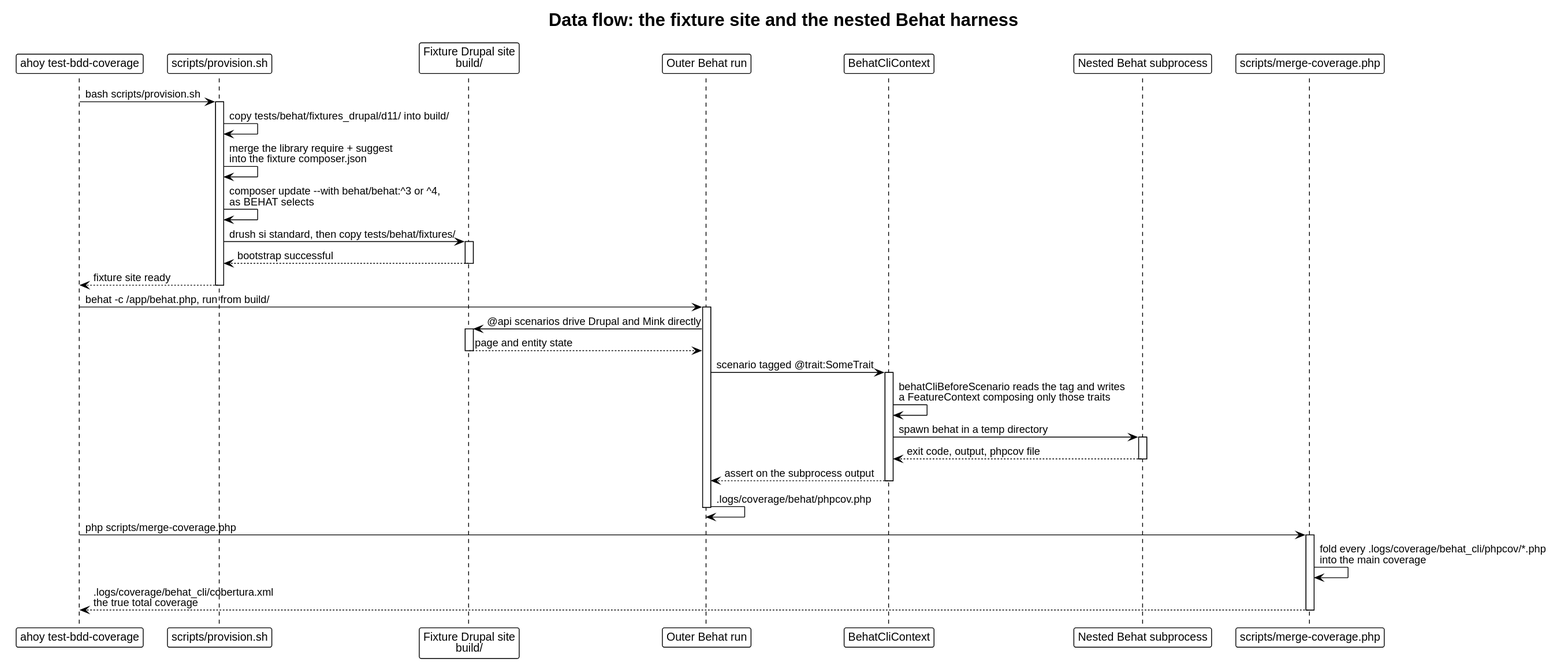
This is docs/architecture/dataflow-tests.svg from drevops/behat-steps, a PlantUML export, as it was before one commit. Source of this version:
```plantuml
@startuml
!theme plain
skinparam backgroundColor white
skinparam defaultFontName Helvetica
skinparam shadowing false
title Data flow: the fixture site and the nested Behat harness

participant "ahoy test-bdd-coverage" as Dev
participant "scripts/provision.sh" as Prov
participant "Fixture Drupal site\nbuild/" as Site
participant "Outer Behat run" as Behat
participant "BehatCliContext" as Cli
participant "Nested Behat subprocess" as Sub
participant "scripts/merge-coverage.php" as Merge

Dev -> Prov: bash scripts/provision.sh
activate Prov
Prov -> Prov: copy tests/behat/fixtures_drupal/d11/ into build/
Prov -> Prov: merge the library require + suggest\ninto the fixture composer.json
Prov -> Prov: composer update ~--with behat/behat:^3 or ^4,\nas BEHAT selects
Prov -> Site: drush si standard, then copy tests/behat/fixtures/
activate Site
Site --> Prov: bootstrap successful
deactivate Site
Prov --> Dev: fixture site ready
deactivate Prov

Dev -> Behat: behat -c /app/behat.php, run from build/
activate Behat

Behat -> Site: @api scenarios drive Drupal and Mink directly
activate Site
Site --> Behat: page and entity state
deactivate Site

Behat -> Cli: scenario tagged @trait:SomeTrait
activate Cli
Cli -> Cli: behatCliBeforeScenario reads the tag and writes\na FeatureContext composing only those traits
Cli -> Sub: spawn behat in a temp directory
activate Sub
Sub --> Cli: exit code, output, phpcov file
deactivate Sub
Cli --> Behat: assert on the subprocess output
deactivate Cli

Behat -> Behat: .logs/coverage/behat/phpcov.php
deactivate Behat

Dev -> Merge: php scripts/merge-coverage.php
activate Merge
Merge -> Merge: fold every .logs/coverage/behat_cli/phpcov/*.php\ninto the main coverage
Merge --> Dev: .logs/coverage/behat_cli/cobertura.xml\nthe true total coverage
deactivate Merge
@enduml
```
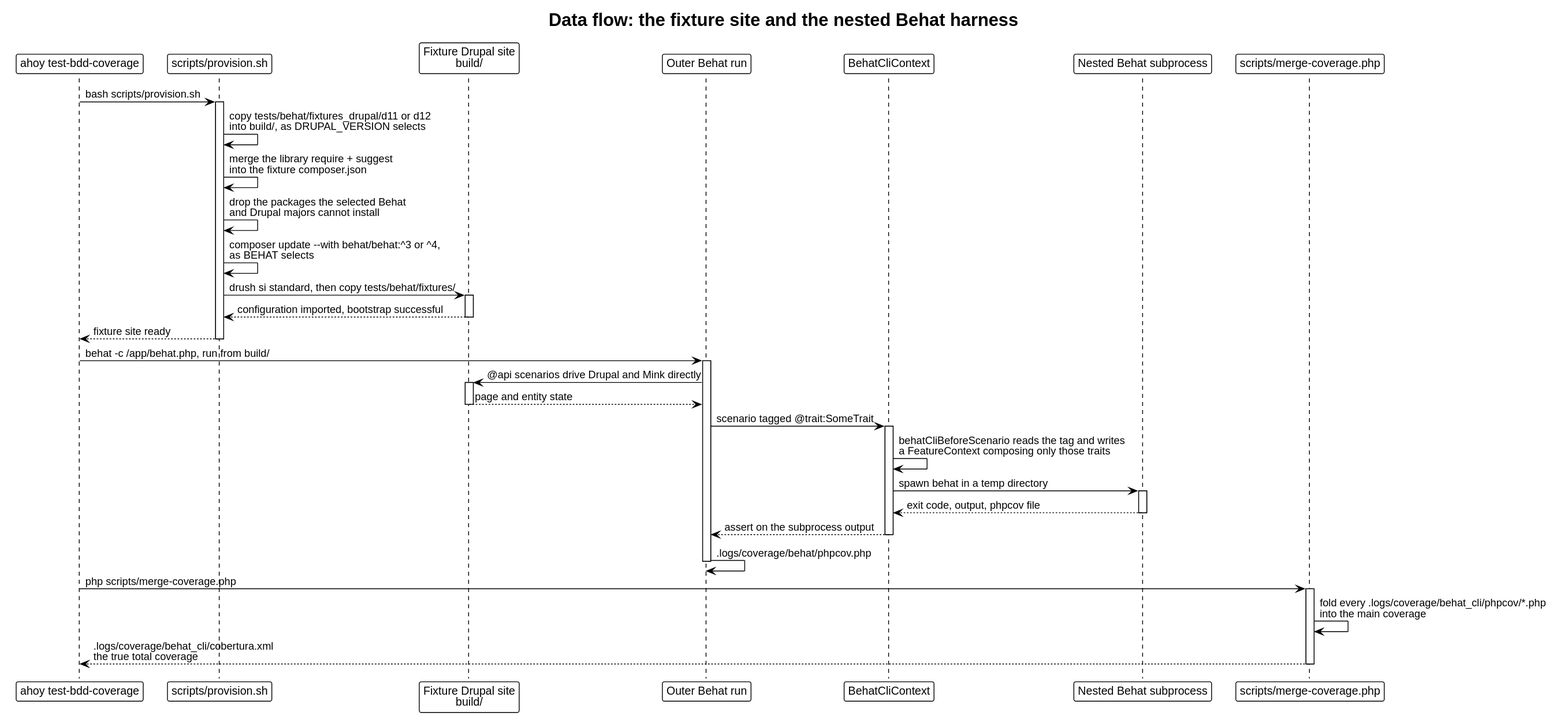
The same diagram one commit later.

The edit, as a diff of the source:
```diff
@@ -15,12 +15,13 @@
 
 Dev -> Prov: bash scripts/provision.sh
 activate Prov
-Prov -> Prov: copy tests/behat/fixtures_drupal/d11/ into build/
+Prov -> Prov: copy tests/behat/fixtures_drupal/d11 or d12\ninto build/, as DRUPAL_VERSION selects
 Prov -> Prov: merge the library require + suggest\ninto the fixture composer.json
+Prov -> Prov: drop the packages the selected Behat\nand Drupal majors cannot install
 Prov -> Prov: composer update ~--with behat/behat:^3 or ^4,\nas BEHAT selects
 Prov -> Site: drush si standard, then copy tests/behat/fixtures/
 activate Site
-Site --> Prov: bootstrap successful
+Site --> Prov: configuration imported, bootstrap successful
 deactivate Site
 Prov --> Dev: fixture site ready
 deactivate Prov
```
